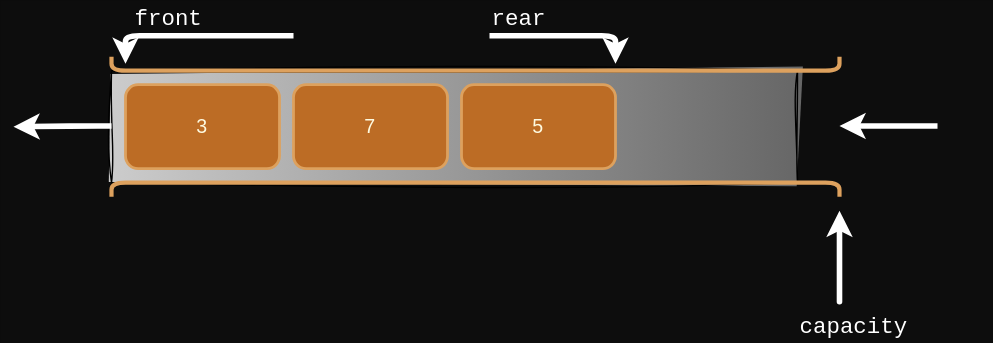
JAC-CS-Programming-4-W24/Notes keeps this draw.io diagram as 4-Queues/images/queue.svg. Above is the earlier version. Source tidied: cells renumbered, new cells last; positions are measured from the earlier drawing's top-left corner, leaving out a move shared by most shapes.
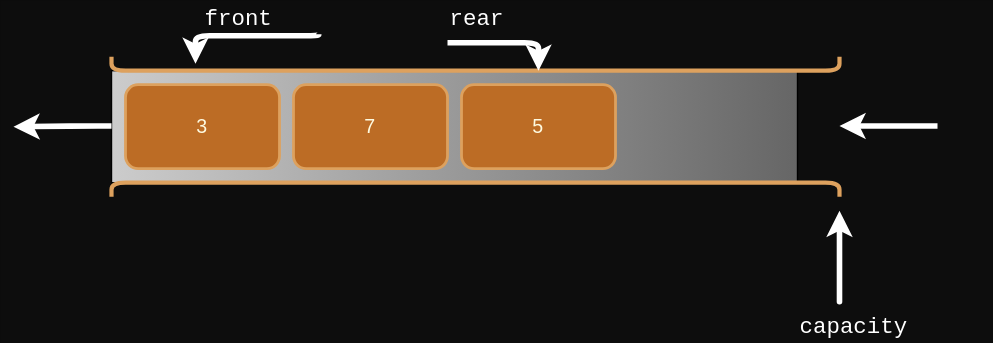
The same file after the commit.

Change to the diagram source:
```diff
@@ -2,7 +2,7 @@
   <root>
     <mxCell id="0" />
     <mxCell id="1" parent="0" />
-    <mxCell id="2" style="rounded=0;whiteSpace=wrap;html=1;sketch=1;hachureGap=4;jiggle=2;curveFitting=1;fontFamily=Architects Daughter;fontSource=https%3A%2F%2Ffonts.googleapis.com%2Fcss%3Ffamily%3DArchitects%2BDaughter;fontSize=20;labelBackgroundColor=none;gradientColor=#666666;gradientDirection=east;fillColor=#CCCCCC;fillOpacity=100;" parent="1" vertex="1">
+    <mxCell id="2" style="rounded=0;whiteSpace=wrap;html=1;hachureGap=4;fontFamily=Architects Daughter;fontSource=https%3A%2F%2Ffonts.googleapis.com%2Fcss%3Ffamily%3DArchitects%2BDaughter;fontSize=20;labelBackgroundColor=none;gradientColor=#666666;gradientDirection=east;fillColor=#CCCCCC;fillOpacity=100;" parent="1" vertex="1">
       <mxGeometry x="70" y="50" width="490" height="80" as="geometry" />
     </mxCell>
     <mxCell id="3" style="endArrow=none;html=1;rounded=1;edgeStyle=orthogonalEdgeStyle;strokeWidth=3;labelBackgroundColor=#283618;strokeColor=#DDA15E;fontColor=#FEFAE0;" parent="1" edge="1">
@@ -69,7 +69,7 @@
       </mxGeometry>
     </mxCell>
     <mxCell id="14" value="&lt;font face=&quot;Courier New&quot; style=&quot;font-size: 16px;&quot;&gt;rear&lt;/font&gt;" style="text;html=1;strokeColor=none;fillColor=none;align=left;verticalAlign=middle;whiteSpace=wrap;rounded=1;fontSize=16;fontColor=#FFFFFF;" parent="1" vertex="1">
-      <mxGeometry x="340" width="140" height="25" as="geometry" />
+      <mxGeometry x="310" width="140" height="25" as="geometry" />
     </mxCell>
     <mxCell id="15" style="endArrow=classic;html=1;rounded=1;fontSize=14;edgeStyle=orthogonalEdgeStyle;strokeColor=#FFFFFF;strokeWidth=4;" parent="1" edge="1">
       <mxGeometry relative="1" as="geometry">
@@ -82,23 +82,23 @@
       </mxGeometry>
     </mxCell>
     <mxCell id="16" value="&lt;font face=&quot;Courier New&quot; style=&quot;font-size: 16px;&quot;&gt;front&lt;/font&gt;" style="text;html=1;strokeColor=none;fillColor=none;align=left;verticalAlign=middle;whiteSpace=wrap;rounded=1;fontSize=16;fontColor=#FFFFFF;" parent="1" vertex="1">
-      <mxGeometry x="85" width="140" height="25" as="geometry" />
+      <mxGeometry x="135" width="140" height="25" as="geometry" />
     </mxCell>
     <mxCell id="17" style="endArrow=classic;html=1;rounded=1;fontSize=14;edgeStyle=orthogonalEdgeStyle;strokeColor=#FFFFFF;strokeWidth=4;" parent="1" edge="1">
       <mxGeometry relative="1" as="geometry">
-        <mxPoint x="340" y="25" as="sourcePoint" />
-        <mxPoint x="430" y="45" as="targetPoint" />
+        <mxPoint x="310" y="30" as="sourcePoint" />
+        <mxPoint x="375" y="50" as="targetPoint" />
         <Array as="points">
-          <mxPoint x="430" y="25" />
+          <mxPoint x="375" y="30" />
         </Array>
       </mxGeometry>
     </mxCell>
-    <mxCell id="18" style="endArrow=classic;html=1;rounded=1;fontSize=14;edgeStyle=orthogonalEdgeStyle;strokeColor=#FFFFFF;strokeWidth=4;" parent="1" edge="1">
+    <mxCell id="18" style="endArrow=classic;html=1;rounded=1;fontSize=14;edgeStyle=orthogonalEdgeStyle;strokeColor=#FFFFFF;strokeWidth=4;exitX=0.593;exitY=0.96;exitDx=0;exitDy=0;exitPerimeter=0;" parent="1" edge="1" source="16">
       <mxGeometry relative="1" as="geometry">
-        <mxPoint x="200" y="25" as="sourcePoint" />
-        <mxPoint x="80" y="45" as="targetPoint" />
+        <mxPoint x="130" y="45" as="targetPoint" />
         <Array as="points">
-          <mxPoint x="80" y="25" />
+          <mxPoint x="218" y="25" />
+          <mxPoint x="130" y="25" />
         </Array>
       </mxGeometry>
     </mxCell>
```
